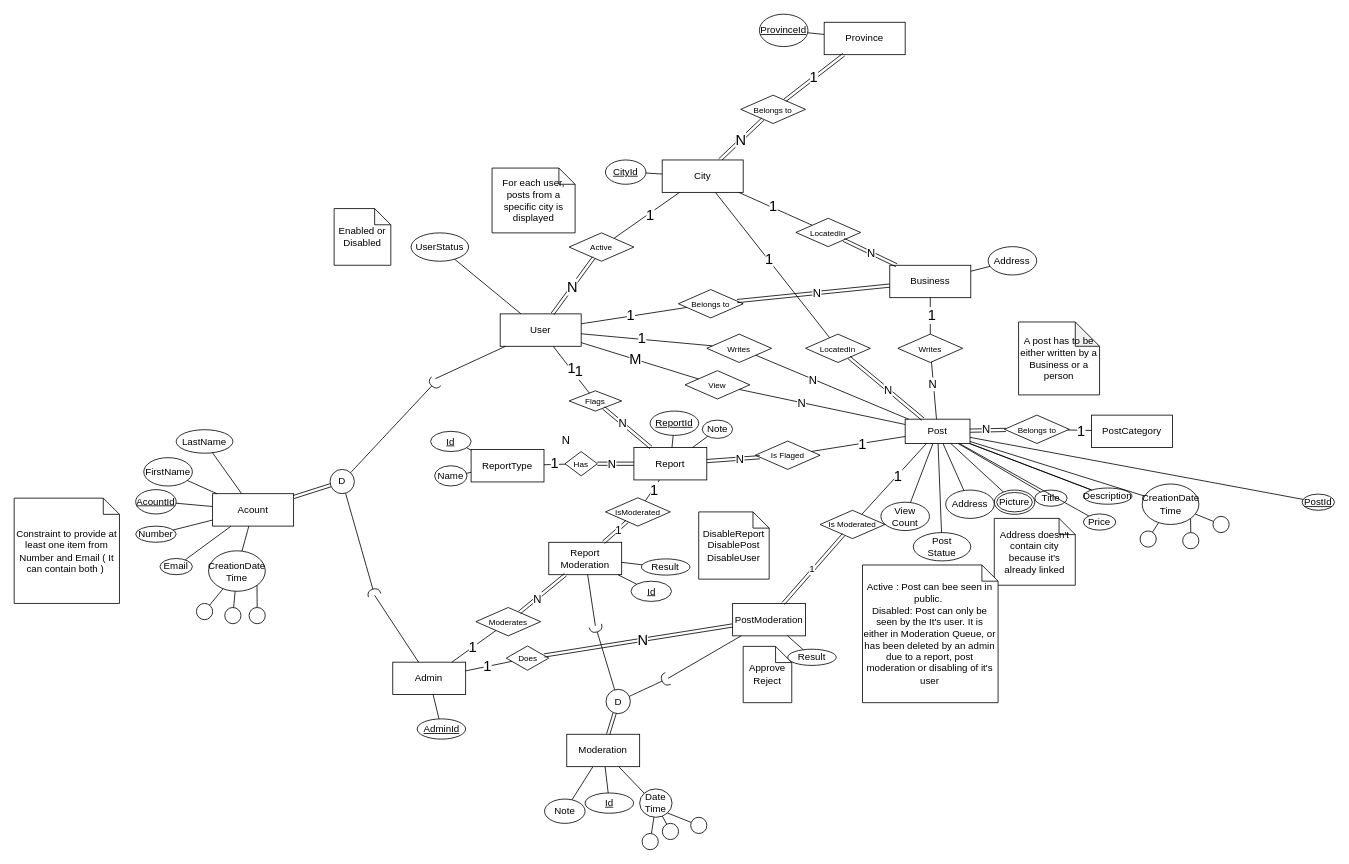
khebrati/HamsellDatabase keeps this draw.io diagram as Project.drawio. Above is the earlier version. Source tidied: cells renumbered, new cells numbered last; positions are measured from the earlier drawing's top-left corner, leaving out a move shared by most shapes. Both pictures are drawn from the tidied source at 81%, with x=0, y=0 at pixel (14, 14).
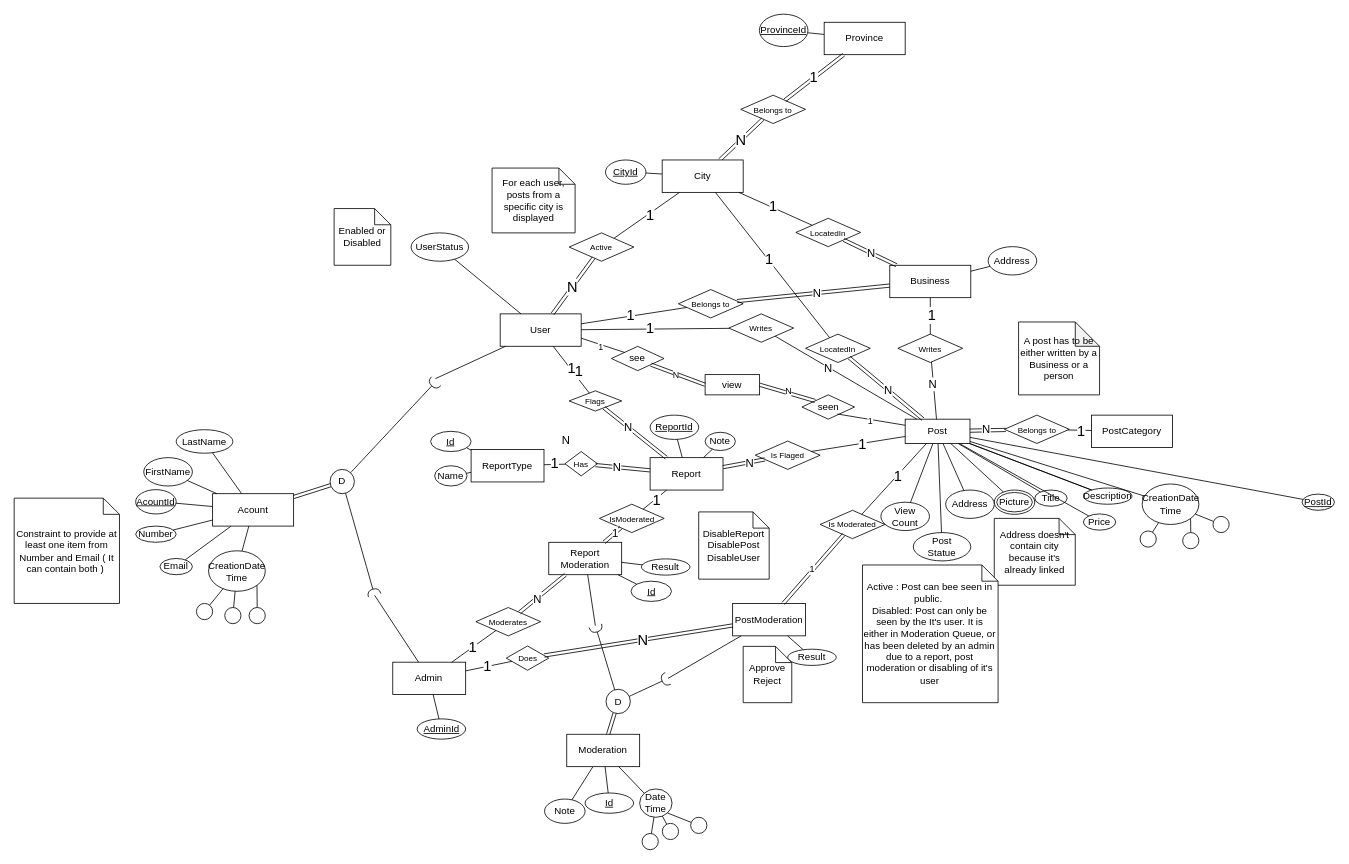
Above is the later version.

Commit message:
"view" relation converted to table

Unchanged cells that the change refers to:
```xml
<mxCell id="2" value="User" style="whiteSpace=wrap;html=1;align=center;" parent="1" vertex="1">
  <mxGeometry x="600" y="370" width="100" height="40" as="geometry" />
</mxCell>
<mxCell id="5" value="Post" style="whiteSpace=wrap;html=1;align=center;" parent="1" vertex="1">
  <mxGeometry x="1100" y="500" width="80" height="30" as="geometry" />
</mxCell>
```

Diff of the diagram source:
```diff
@@
     <mxCell id="14" value="Report" style="whiteSpace=wrap;html=1;align=center;" parent="1" vertex="1">
-      <mxGeometry x="765.1" y="535" width="90" height="40" as="geometry" />
+      <mxGeometry x="785.1" y="547.5" width="90" height="40" as="geometry" />
     </mxCell>
     <mxCell id="15" value="ReportId" style="ellipse;whiteSpace=wrap;html=1;align=center;fontStyle=4;" parent="1" vertex="1">
-      <mxGeometry x="785.1" y="490" width="60" height="30" as="geometry" />
+      <mxGeometry x="785.1" y="495" width="60" height="30" as="geometry" />
     </mxCell>
     <mxCell id="16" value="Note" style="ellipse;whiteSpace=wrap;html=1;align=center;" parent="1" vertex="1">
-      <mxGeometry x="849.5" y="501.2" width="37.4" height="22.5" as="geometry" />
+      <mxGeometry x="853" y="516.2" width="37.4" height="22.5" as="geometry" />
     </mxCell>
@@
     <mxCell id="66" value="&lt;font style=&quot;font-size: 10px;&quot;&gt;Writes&lt;/font&gt;" style="shape=rhombus;perimeter=rhombusPerimeter;whiteSpace=wrap;html=1;align=center;" parent="1" vertex="1">
-      <mxGeometry x="855.1" y="395" width="80" height="35" as="geometry" />
+      <mxGeometry x="882.3" y="370" width="80" height="35" as="geometry" />
     </mxCell>
@@
     <mxCell id="125" value="&lt;font style=&quot;font-size: 10px;&quot;&gt;IsModerated&lt;/font&gt;" style="shape=rhombus;perimeter=rhombusPerimeter;whiteSpace=wrap;html=1;align=center;" parent="1" vertex="1">
-      <mxGeometry x="730" y="597" width="80" height="35" as="geometry" />
+      <mxGeometry x="722.5" y="605" width="80" height="35" as="geometry" />
     </mxCell>
@@
-    <mxCell id="208" value="&lt;font style=&quot;font-size: 10px;&quot;&gt;View&lt;/font&gt;" style="shape=rhombus;perimeter=rhombusPerimeter;whiteSpace=wrap;html=1;align=center;" parent="1" vertex="1">
-      <mxGeometry x="828.2" y="440.1" width="80" height="35" as="geometry" />
-    </mxCell>
@@
-    <mxCell id="211" style="endArrow=none;html=1;rounded=0;" parent="1" edge="1" source="5" target="208">
-      <mxGeometry relative="1" as="geometry" />
-    </mxCell>
-    <mxCell id="212" value="&lt;font style=&quot;font-size: 14px;&quot;&gt;N&lt;/font&gt;" style="edgeLabel;html=1;align=center;verticalAlign=middle;" parent="211" vertex="1">
-      <mxGeometry x="0.25" y="1" relative="1" as="geometry" />
-    </mxCell>
-    <mxCell id="213" style="endArrow=none;html=1;rounded=0;" parent="1" edge="1" source="208" target="2">
-      <mxGeometry relative="1" as="geometry" />
-    </mxCell>
-    <mxCell id="214" value="&lt;font style=&quot;font-size: 18px;&quot;&gt;M&lt;/font&gt;" style="edgeLabel;html=1;align=center;verticalAlign=middle;" parent="213" vertex="1">
-      <mxGeometry x="0.08" y="-1" relative="1" as="geometry" />
-    </mxCell>
@@
+    <mxCell id="217" value="view" style="whiteSpace=wrap;html=1;align=center;" parent="1" vertex="1">
+      <mxGeometry x="853" y="445" width="67.3" height="25" as="geometry" />
+    </mxCell>
+    <mxCell id="218" value="seen" style="shape=rhombus;perimeter=rhombusPerimeter;whiteSpace=wrap;html=1;align=center;" parent="1" vertex="1">
+      <mxGeometry x="972.5" y="470" width="65" height="30" as="geometry" />
+    </mxCell>
+    <mxCell id="219" value="see" style="shape=rhombus;perimeter=rhombusPerimeter;whiteSpace=wrap;html=1;align=center;" parent="1" vertex="1">
+      <mxGeometry x="737.3" y="410.1" width="65" height="30" as="geometry" />
+    </mxCell>
+    <mxCell id="220" style="endArrow=none;html=1;rounded=0;exitX=1;exitY=0.75;exitDx=0;exitDy=0;entryX=0;entryY=0;entryDx=0;entryDy=0;" parent="1" edge="1" source="2" target="219">
+      <mxGeometry relative="1" as="geometry" />
+    </mxCell>
+    <mxCell id="221" value="1" style="edgeLabel;html=1;align=center;verticalAlign=middle;" parent="220" vertex="1">
+      <mxGeometry x="-0.08" y="-3" relative="1" as="geometry" />
+    </mxCell>
+    <mxCell id="222" style="shape=link;html=1;rounded=0;exitX=1;exitY=1;exitDx=0;exitDy=0;entryX=0;entryY=0.5;entryDx=0;entryDy=0;" parent="1" edge="1" source="219" target="217">
+      <mxGeometry relative="1" as="geometry" />
+    </mxCell>
+    <mxCell id="223" value="N" style="edgeLabel;html=1;align=center;verticalAlign=middle;" parent="222" vertex="1">
+      <mxGeometry x="-0.08" y="-1" relative="1" as="geometry" />
+    </mxCell>
+    <mxCell id="224" style="endArrow=none;html=1;rounded=0;entryX=0;entryY=0.25;entryDx=0;entryDy=0;exitX=0.672;exitY=0.787;exitDx=0;exitDy=0;exitPerimeter=0;" parent="1" edge="1" source="218" target="5">
+      <mxGeometry relative="1" as="geometry" />
+    </mxCell>
+    <mxCell id="225" value="1" style="edgeLabel;html=1;align=center;verticalAlign=middle;" parent="224" vertex="1">
+      <mxGeometry x="-0.04" y="-2" relative="1" as="geometry" />
+    </mxCell>
+    <mxCell id="226" style="shape=link;html=1;rounded=0;exitX=1;exitY=0.5;exitDx=0;exitDy=0;entryX=0;entryY=0;entryDx=0;entryDy=0;" parent="1" edge="1" source="217" target="218">
+      <mxGeometry relative="1" as="geometry" />
+    </mxCell>
+    <mxCell id="227" value="N" style="edgeLabel;html=1;align=center;verticalAlign=middle;" parent="226" vertex="1">
+      <mxGeometry x="0.02" y="3" relative="1" as="geometry" />
+    </mxCell>
```
